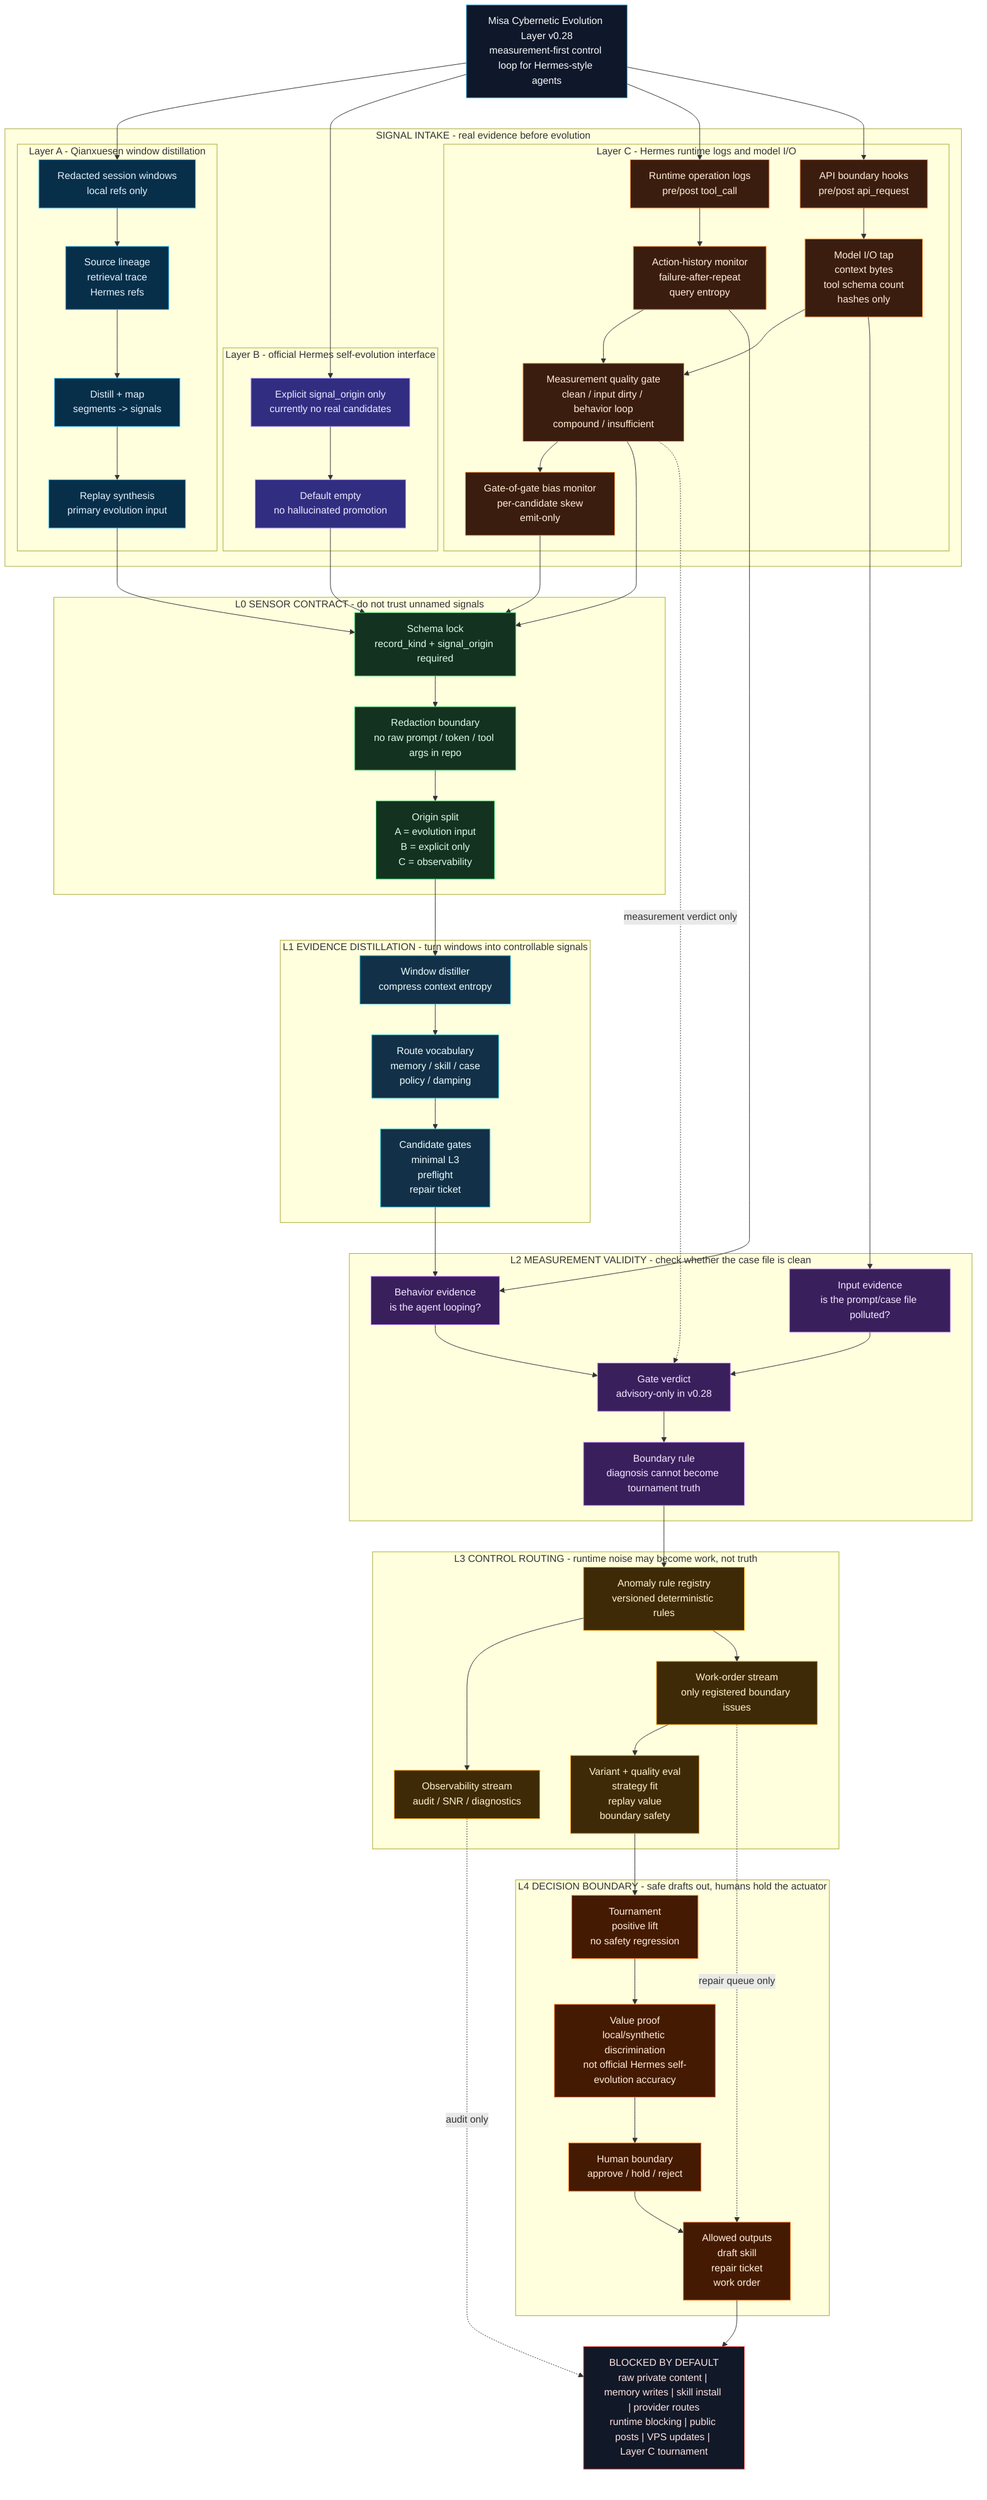
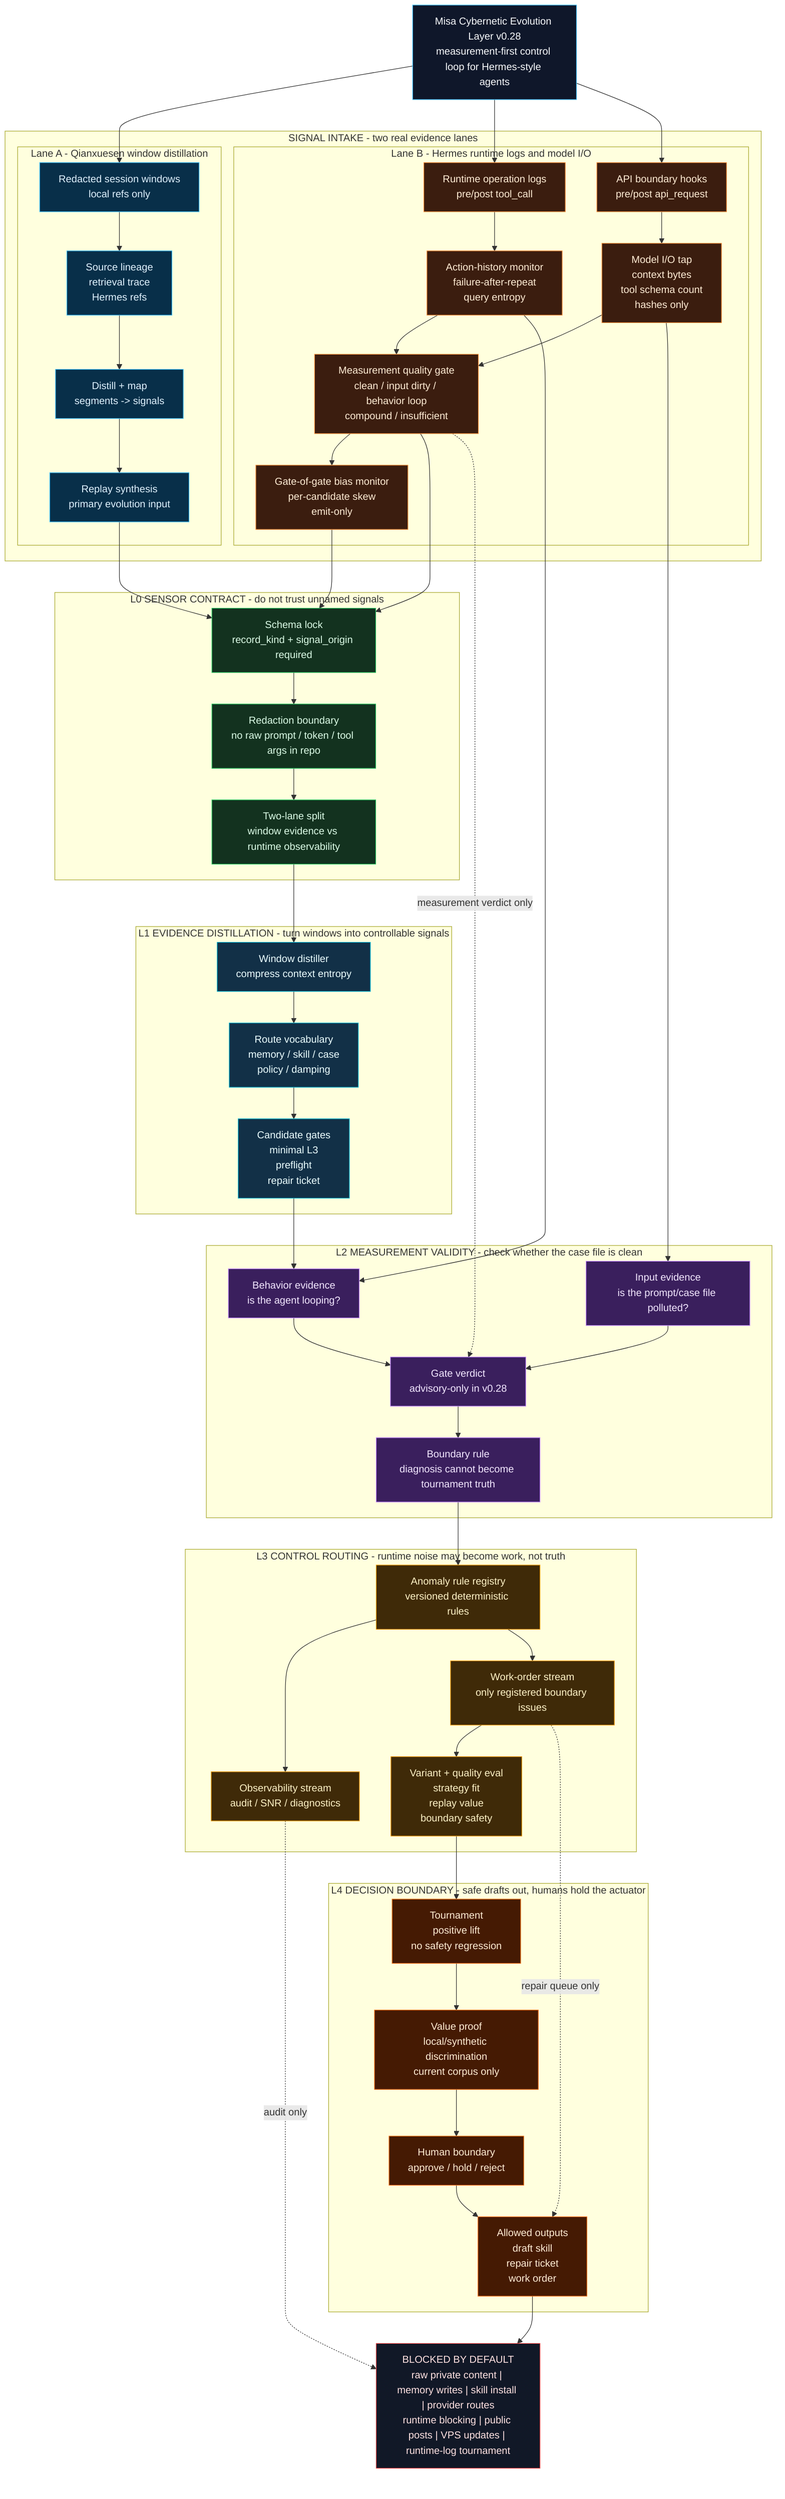
graph TD
  TITLE["Misa Cybernetic Evolution Layer v0.28<br/>measurement-first control loop for Hermes-style agents"]

-   subgraph SRC["SIGNAL INTAKE - real evidence before evolution"]
-     subgraph A_SRC["Layer A - Qianxuesen window distillation"]
+   subgraph SRC["SIGNAL INTAKE - two real evidence lanes"]
+     subgraph A_SRC["Lane A - Qianxuesen window distillation"]
      A0["Redacted session windows<br/>local refs only"]
      A1["Source lineage<br/>retrieval trace<br/>Hermes refs"]
      A2["Distill + map<br/>segments -> signals"]
      A3["Replay synthesis<br/>primary evolution input"]
      A0 --> A1 --> A2 --> A3
    end

-     subgraph B_SRC["Layer B - official Hermes self-evolution interface"]
-       B0["Explicit signal_origin only<br/>currently no real candidates"]
-       B1["Default empty<br/>no hallucinated promotion"]
-       B0 --> B1
-     end
- 
-     subgraph C_SRC["Layer C - Hermes runtime logs and model I/O"]
+     subgraph C_SRC["Lane B - Hermes runtime logs and model I/O"]
      C0["Runtime operation logs<br/>pre/post tool_call"]
      C1["API boundary hooks<br/>pre/post api_request"]
      C2["Action-history monitor<br/>failure-after-repeat<br/>query entropy"]
      C3["Model I/O tap<br/>context bytes<br/>tool schema count<br/>hashes only"]
      C4["Measurement quality gate<br/>clean / input dirty / behavior loop<br/>compound / insufficient"]
      C5["Gate-of-gate bias monitor<br/>per-candidate skew<br/>emit-only"]
      C0 --> C2 --> C4
      C1 --> C3 --> C4 --> C5
    end
  end

  subgraph L0["L0 SENSOR CONTRACT - do not trust unnamed signals"]
    L0A["Schema lock<br/>record_kind + signal_origin required"]
    L0B["Redaction boundary<br/>no raw prompt / token / tool args in repo"]
-     L0C["Origin split<br/>A = evolution input<br/>B = explicit only<br/>C = observability"]
+     L0C["Two-lane split<br/>window evidence vs runtime observability"]
    L0A --> L0B --> L0C
  end

  subgraph L1["L1 EVIDENCE DISTILLATION - turn windows into controllable signals"]
    L1A["Window distiller<br/>compress context entropy"]
    L1B["Route vocabulary<br/>memory / skill / case<br/>policy / damping"]
    L1C["Candidate gates<br/>minimal L3<br/>preflight<br/>repair ticket"]
    L1A --> L1B --> L1C
  end

  subgraph L2["L2 MEASUREMENT VALIDITY - check whether the case file is clean"]
    L2A["Behavior evidence<br/>is the agent looping?"]
    L2B["Input evidence<br/>is the prompt/case file polluted?"]
    L2C["Gate verdict<br/>advisory-only in v0.28"]
    L2D["Boundary rule<br/>diagnosis cannot become tournament truth"]
    L2A --> L2C
    L2B --> L2C --> L2D
  end

  subgraph L3["L3 CONTROL ROUTING - runtime noise may become work, not truth"]
    L3A["Anomaly rule registry<br/>versioned deterministic rules"]
    L3B["Observability stream<br/>audit / SNR / diagnostics"]
    L3C["Work-order stream<br/>only registered boundary issues"]
    L3D["Variant + quality eval<br/>strategy fit<br/>replay value<br/>boundary safety"]
    L3A --> L3B
    L3A --> L3C --> L3D
  end

  subgraph L4["L4 DECISION BOUNDARY - safe drafts out, humans hold the actuator"]
    L4A["Tournament<br/>positive lift<br/>no safety regression"]
-     L4B["Value proof<br/>local/synthetic discrimination<br/>not official Hermes self-evolution accuracy"]
+     L4B["Value proof<br/>local/synthetic discrimination<br/>current corpus only"]
    L4C["Human boundary<br/>approve / hold / reject"]
    L4D["Allowed outputs<br/>draft skill<br/>repair ticket<br/>work order"]
    L4A --> L4B --> L4C --> L4D
  end

-   BLOCK["BLOCKED BY DEFAULT<br/>raw private content | memory writes | skill install | provider routes<br/>runtime blocking | public posts | VPS updates | Layer C tournament"]
+   BLOCK["BLOCKED BY DEFAULT<br/>raw private content | memory writes | skill install | provider routes<br/>runtime blocking | public posts | VPS updates | runtime-log tournament"]

  TITLE --> A0
-   TITLE --> B0
  TITLE --> C0
  TITLE --> C1
  A3 --> L0A
-   B1 --> L0A
  C4 --> L0A
  C5 --> L0A
  L0C --> L1A
  L1C --> L2A
  C2 --> L2A
  C3 --> L2B
  L2D --> L3A
  L3D --> L4A
  L4D --> BLOCK

  C4 -. "measurement verdict only" .-> L2C
  L3B -. "audit only" .-> BLOCK
  L3C -. "repair queue only" .-> L4D

  classDef title fill:#0f172a,stroke:#38bdf8,color:#f8fafc;
  classDef source fill:#082f49,stroke:#38bdf8,color:#e0f2fe;
-   classDef official fill:#312e81,stroke:#a78bfa,color:#ede9fe;
  classDef runtime fill:#3b1d0f,stroke:#fb923c,color:#ffedd5;
  classDef contract fill:#13321f,stroke:#22c55e,color:#dcfce7;
  classDef distill fill:#123047,stroke:#06b6d4,color:#ecfeff;
  classDef measure fill:#3a1f5d,stroke:#c084fc,color:#f3e8ff;
  classDef route fill:#3f2a08,stroke:#f59e0b,color:#fef3c7;
  classDef decision fill:#451a03,stroke:#f97316,color:#ffedd5;
  classDef block fill:#111827,stroke:#ef4444,color:#fee2e2;

  class TITLE title;
  class A0,A1,A2,A3 source;
-   class B0,B1 official;
  class C0,C1,C2,C3,C4,C5 runtime;
  class L0A,L0B,L0C contract;
  class L1A,L1B,L1C distill;
  class L2A,L2B,L2C,L2D measure;
  class L3A,L3B,L3C,L3D route;
  class L4A,L4B,L4C,L4D decision;
  class BLOCK block;
